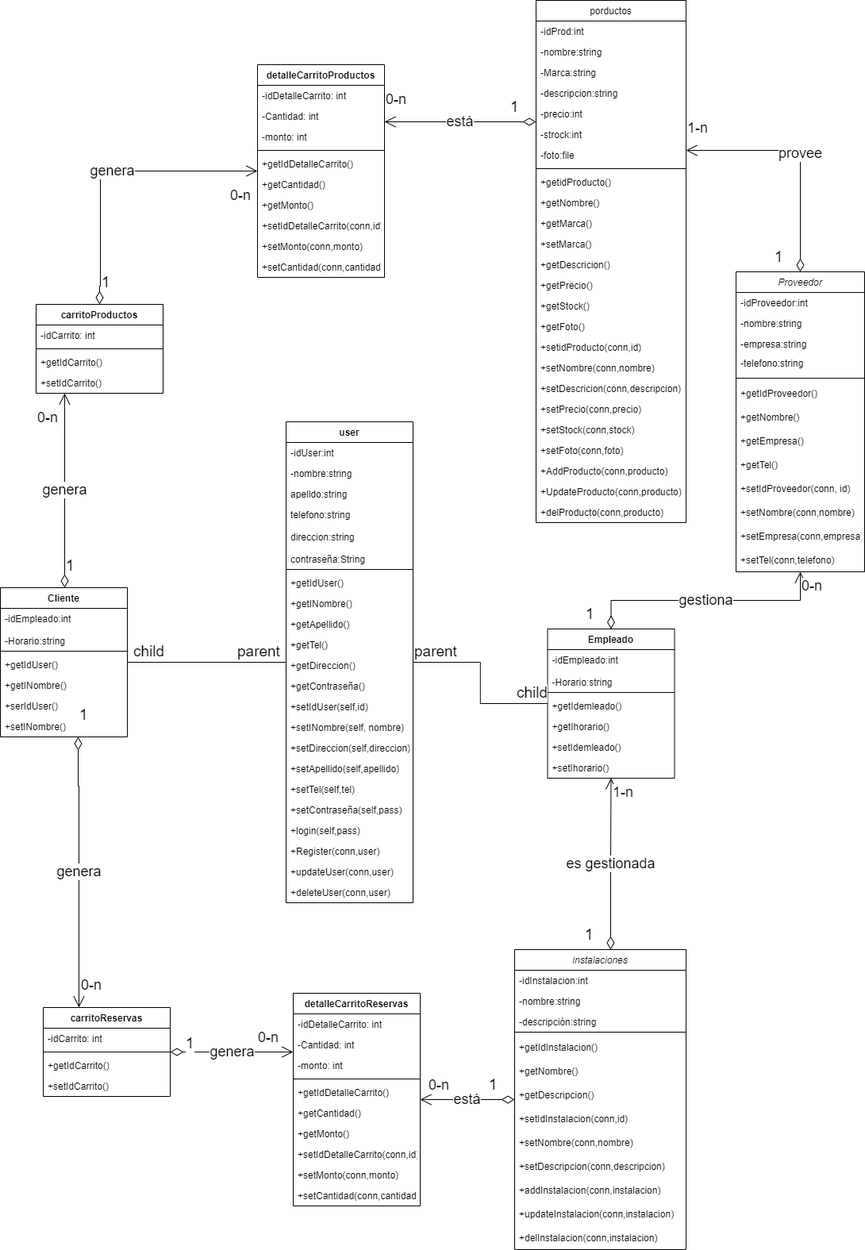
NahuelPardo89/Proyecto-FullStack keeps this draw.io diagram as Documentation/Diagrama de clases Ampa.png. Above is the earlier version. Source tidied: cells renumbered, new cells last; positions are measured from the earlier drawing's top-left corner, leaving out a move shared by most shapes.
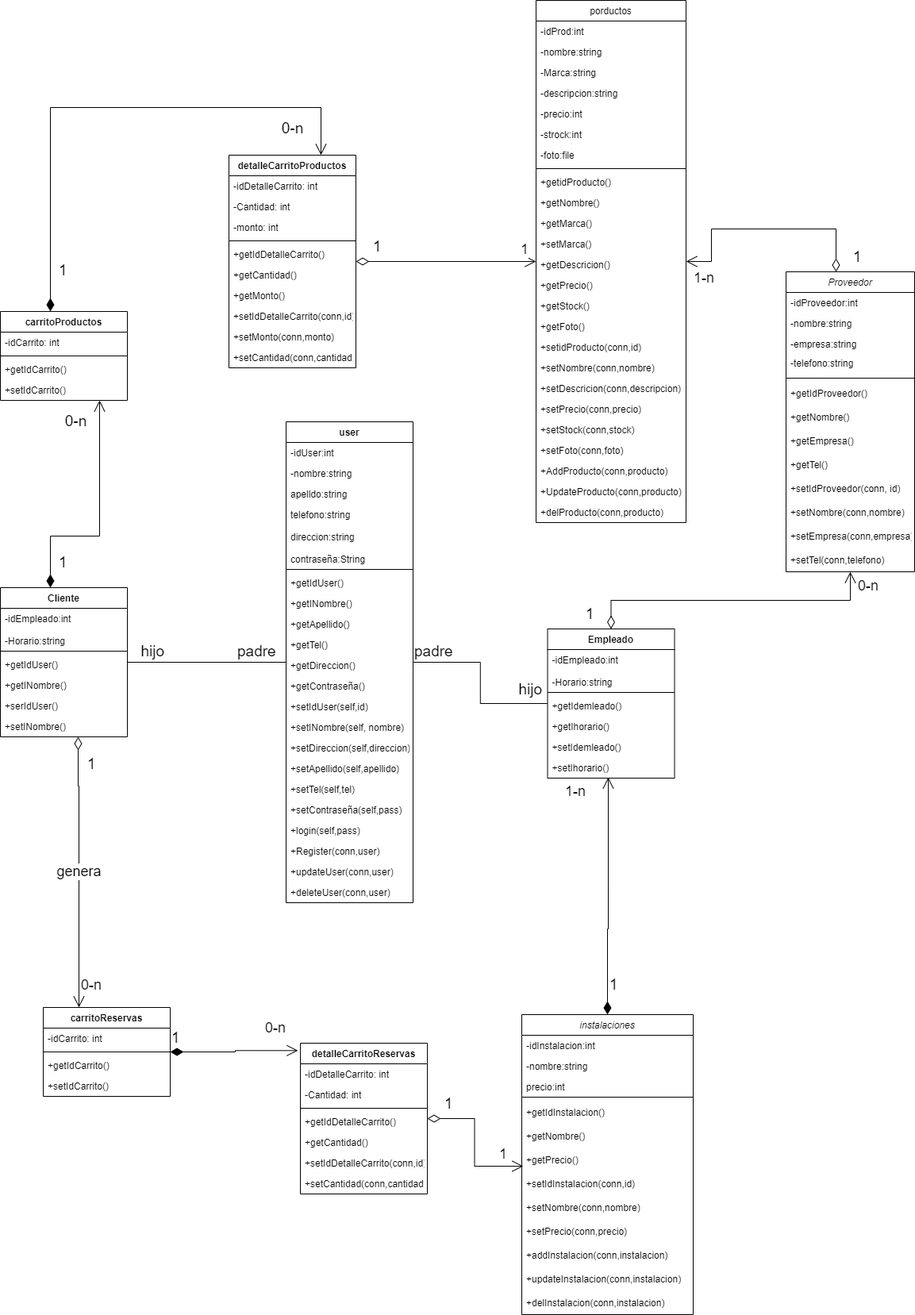
The same file after the commit.

Commit message:
actualizando esquemas

The edit, as a diff of the source:
```diff
@@ -83,3 +83,3 @@
     <mxCell id="28" value="instalaciones" style="swimlane;fontStyle=2;align=center;verticalAlign=top;horizontal=1;startSize=26;rounded=0;shadow=0;strokeWidth=1;" parent="1" vertex="1">
-      <mxGeometry x="648" y="1196" width="216" height="378" as="geometry" />
+      <mxGeometry x="657" y="1278" width="216" height="378" as="geometry" />
     </mxCell>
@@ -91,3 +91,3 @@
     </mxCell>
-    <mxCell id="31" value="-descripción:string" style="text;align=left;verticalAlign=top;spacingLeft=4;spacingRight=4;overflow=hidden;rounded=0;shadow=0;html=0;" parent="28" vertex="1">
+    <mxCell id="31" value="precio:int" style="text;align=left;verticalAlign=top;spacingLeft=4;spacingRight=4;overflow=hidden;rounded=0;shadow=0;html=0;" parent="28" vertex="1">
       <mxGeometry y="78" width="216" height="22" as="geometry" />
@@ -103,3 +103,3 @@
     </mxCell>
-    <mxCell id="35" value="+getDescripcion()" style="text;strokeColor=none;fillColor=none;align=left;verticalAlign=middle;spacingLeft=4;spacingRight=4;overflow=hidden;points=[[0,0.5],[1,0.5]];portConstraint=eastwest;" parent="28" vertex="1">
+    <mxCell id="35" value="+getPrecio()" style="text;strokeColor=none;fillColor=none;align=left;verticalAlign=middle;spacingLeft=4;spacingRight=4;overflow=hidden;points=[[0,0.5],[1,0.5]];portConstraint=eastwest;" parent="28" vertex="1">
       <mxGeometry y="168" width="216" height="30" as="geometry" />
@@ -112,3 +112,3 @@
     </mxCell>
-    <mxCell id="38" value="+setDescripcion(conn,descripcion)" style="text;strokeColor=none;fillColor=none;align=left;verticalAlign=middle;spacingLeft=4;spacingRight=4;overflow=hidden;" parent="28" vertex="1">
+    <mxCell id="38" value="+setPrecio(conn,precio)" style="text;strokeColor=none;fillColor=none;align=left;verticalAlign=middle;spacingLeft=4;spacingRight=4;overflow=hidden;" parent="28" vertex="1">
       <mxGeometry y="258" width="216" height="30" as="geometry" />
@@ -125,3 +125,3 @@
     <mxCell id="42" value="Proveedor" style="swimlane;fontStyle=2;align=center;verticalAlign=top;horizontal=1;startSize=26;rounded=0;shadow=0;strokeWidth=1;" parent="1" vertex="1">
-      <mxGeometry x="927" y="342" width="162" height="378" as="geometry" />
+      <mxGeometry x="990" y="342" width="162" height="378" as="geometry" />
     </mxCell>
@@ -265,20 +265,2 @@
     </mxCell>
-    <mxCell id="89" value="genera" style="endArrow=open;html=1;endSize=12;startArrow=diamondThin;startSize=14;startFill=0;edgeStyle=orthogonalEdgeStyle;rounded=0;exitX=0.5;exitY=0;exitDx=0;exitDy=0;fontSize=18;" parent="88" edge="1" target="99">
-      <mxGeometry relative="1" as="geometry">
-        <mxPoint x="81" as="sourcePoint" />
-        <Array as="points">
-          <mxPoint x="81" y="-288" />
-        </Array>
-      </mxGeometry>
-    </mxCell>
-    <mxCell id="90" value="1" style="edgeLabel;html=1;align=left;verticalAlign=top;fontSize=19;" parent="89" vertex="1">
-      <mxGeometry x="-1" relative="1" as="geometry">
-        <mxPoint y="-45" as="offset" />
-      </mxGeometry>
-    </mxCell>
-    <mxCell id="91" value="0-n" style="edgeLabel;html=1;align=right;verticalAlign=top;fontSize=18;" parent="89" vertex="1">
-      <mxGeometry x="1" relative="1" as="geometry">
-        <mxPoint x="-8" y="14" as="offset" />
-      </mxGeometry>
-    </mxCell>
     <mxCell id="92" value="-idEmpleado:int" style="text;align=left;verticalAlign=top;spacingLeft=4;spacingRight=4;overflow=hidden;" parent="88" vertex="1">
@@ -305,3 +287,3 @@
     <mxCell id="99" value="carritoProductos" style="swimlane;fontStyle=1;align=center;verticalAlign=top;horizontal=1;startSize=26;" parent="1" vertex="1">
-      <mxGeometry x="45" y="383" width="160" height="112" as="geometry" />
+      <mxGeometry y="392" width="160" height="112" as="geometry" />
     </mxCell>
@@ -335,3 +317,3 @@
     <mxCell id="109" value="detalleCarritoProductos" style="swimlane;fontStyle=1;align=center;verticalAlign=top;horizontal=1;startSize=26;" parent="1" vertex="1">
-      <mxGeometry x="324" y="81" width="160" height="268" as="geometry" />
+      <mxGeometry x="288" y="195" width="160" height="268" as="geometry" />
     </mxCell>
@@ -368,3 +350,3 @@
     <mxCell id="120" value="detalleCarritoReservas" style="swimlane;fontStyle=1;align=center;verticalAlign=top;horizontal=1;startSize=26;" parent="1" vertex="1">
-      <mxGeometry x="369" y="1251" width="160" height="268" as="geometry" />
+      <mxGeometry x="378" y="1314" width="160" height="190" as="geometry" />
     </mxCell>
@@ -376,25 +358,16 @@
     </mxCell>
-    <mxCell id="123" value="-monto: int" style="text;strokeColor=none;fillColor=none;align=left;verticalAlign=top;spacingLeft=4;spacingRight=4;overflow=hidden;" parent="120" vertex="1">
-      <mxGeometry y="78" width="160" height="26" as="geometry" />
-    </mxCell>
     <mxCell id="124" style="line;strokeWidth=1;fillColor=none;align=left;verticalAlign=middle;spacingTop=-1;spacingLeft=3;spacingRight=3;labelPosition=right;strokeColor=inherit;" parent="120" vertex="1">
-      <mxGeometry y="104" width="160" height="8" as="geometry" />
+      <mxGeometry y="78" width="160" height="8" as="geometry" />
     </mxCell>
     <mxCell id="125" value="+getIdDetalleCarrito()" style="text;strokeColor=none;fillColor=none;align=left;verticalAlign=top;spacingLeft=4;spacingRight=4;overflow=hidden;" parent="120" vertex="1">
-      <mxGeometry y="112" width="160" height="26" as="geometry" />
+      <mxGeometry y="86" width="160" height="26" as="geometry" />
     </mxCell>
     <mxCell id="126" value="+getCantidad()" style="text;strokeColor=none;fillColor=none;align=left;verticalAlign=top;spacingLeft=4;spacingRight=4;overflow=hidden;" parent="120" vertex="1">
-      <mxGeometry y="138" width="160" height="26" as="geometry" />
+      <mxGeometry y="112" width="160" height="26" as="geometry" />
     </mxCell>
-    <mxCell id="127" value="+getMonto()" style="text;strokeColor=none;fillColor=none;align=left;verticalAlign=top;spacingLeft=4;spacingRight=4;overflow=hidden;" parent="120" vertex="1">
-      <mxGeometry y="164" width="160" height="26" as="geometry" />
-    </mxCell>
     <mxCell id="128" value="+setIdDetalleCarrito(conn,id)" style="text;strokeColor=none;fillColor=none;align=left;verticalAlign=top;spacingLeft=4;spacingRight=4;overflow=hidden;" parent="120" vertex="1">
-      <mxGeometry y="190" width="160" height="26" as="geometry" />
+      <mxGeometry y="138" width="160" height="26" as="geometry" />
     </mxCell>
-    <mxCell id="129" value="+setMonto(conn,monto)" style="text;strokeColor=none;fillColor=none;align=left;verticalAlign=top;spacingLeft=4;spacingRight=4;overflow=hidden;" parent="120" vertex="1">
-      <mxGeometry y="216" width="160" height="26" as="geometry" />
-    </mxCell>
     <mxCell id="130" value="+setCantidad(conn,cantidad)" style="text;strokeColor=none;fillColor=none;align=left;verticalAlign=top;spacingLeft=4;spacingRight=4;overflow=hidden;" parent="120" vertex="1">
-      <mxGeometry y="242" width="160" height="26" as="geometry" />
+      <mxGeometry y="164" width="160" height="26" as="geometry" />
     </mxCell>
@@ -411,3 +384,3 @@
       <mxGeometry x="-1" relative="1" as="geometry">
-        <mxPoint y="-45" as="offset" />
+        <mxPoint x="10" y="17" as="offset" />
       </mxGeometry>
@@ -419,101 +392,3 @@
     </mxCell>
-    <mxCell id="134" value="genera" style="endArrow=open;html=1;endSize=12;startArrow=diamondThin;startSize=14;startFill=0;edgeStyle=orthogonalEdgeStyle;rounded=0;exitX=0.5;exitY=0;exitDx=0;exitDy=0;fontSize=18;" parent="1" edge="1" source="99" target="109">
-      <mxGeometry relative="1" as="geometry">
-        <Array as="points">
-          <mxPoint x="125" y="360" />
-          <mxPoint x="126" y="360" />
-          <mxPoint x="126" y="215" />
-        </Array>
-      </mxGeometry>
-    </mxCell>
-    <mxCell id="135" value="1" style="edgeLabel;html=1;align=left;verticalAlign=top;fontSize=19;" parent="134" vertex="1">
-      <mxGeometry x="-1" relative="1" as="geometry">
-        <mxPoint x="1" y="-45" as="offset" />
-      </mxGeometry>
-    </mxCell>
-    <mxCell id="136" value="0-n" style="edgeLabel;html=1;align=right;verticalAlign=top;fontSize=18;" parent="134" vertex="1">
-      <mxGeometry x="1" relative="1" as="geometry">
-        <mxPoint x="-8" y="14" as="offset" />
-      </mxGeometry>
-    </mxCell>
-    <mxCell id="137" value="genera" style="endArrow=open;html=1;endSize=12;startArrow=diamondThin;startSize=14;startFill=0;edgeStyle=orthogonalEdgeStyle;rounded=0;fontSize=18;" parent="1" edge="1" source="104" target="120">
-      <mxGeometry relative="1" as="geometry">
-        <Array as="points">
-          <mxPoint x="369" y="1332" />
-          <mxPoint x="369" y="1332" />
-        </Array>
-      </mxGeometry>
-    </mxCell>
-    <mxCell id="138" value="1" style="edgeLabel;html=1;align=left;verticalAlign=top;fontSize=19;" parent="137" vertex="1">
-      <mxGeometry x="-1" relative="1" as="geometry">
-        <mxPoint x="18" y="-28" as="offset" />
-      </mxGeometry>
-    </mxCell>
-    <mxCell id="139" value="0-n" style="edgeLabel;html=1;align=right;verticalAlign=top;fontSize=18;" parent="137" vertex="1">
-      <mxGeometry x="1" relative="1" as="geometry">
-        <mxPoint x="-18" y="-35" as="offset" />
-      </mxGeometry>
-    </mxCell>
-    <mxCell id="140" value="está" style="endArrow=open;html=1;endSize=12;startArrow=diamondThin;startSize=14;startFill=0;edgeStyle=orthogonalEdgeStyle;rounded=0;fontSize=18;" parent="1" edge="1" source="2" target="109">
-      <mxGeometry relative="1" as="geometry">
-        <Array as="points">
-          <mxPoint x="576" y="153" />
-          <mxPoint x="576" y="153" />
-        </Array>
-      </mxGeometry>
-    </mxCell>
-    <mxCell id="141" value="1" style="edgeLabel;html=1;align=left;verticalAlign=top;fontSize=19;" parent="140" vertex="1">
-      <mxGeometry x="-1" relative="1" as="geometry">
-        <mxPoint x="-34" y="-36" as="offset" />
-      </mxGeometry>
-    </mxCell>
-    <mxCell id="142" value="0-n" style="edgeLabel;html=1;align=right;verticalAlign=top;fontSize=18;" parent="140" vertex="1">
-      <mxGeometry x="1" relative="1" as="geometry">
-        <mxPoint x="28" y="-45" as="offset" />
-      </mxGeometry>
-    </mxCell>
-    <mxCell id="143" value="está" style="endArrow=open;html=1;endSize=12;startArrow=diamondThin;startSize=14;startFill=0;edgeStyle=orthogonalEdgeStyle;rounded=0;fontSize=18;" parent="1" edge="1" source="28" target="120">
-      <mxGeometry relative="1" as="geometry" />
-    </mxCell>
-    <mxCell id="144" value="1" style="edgeLabel;html=1;align=left;verticalAlign=top;fontSize=19;" parent="143" vertex="1">
-      <mxGeometry x="-1" relative="1" as="geometry">
-        <mxPoint x="-34" y="-36" as="offset" />
-      </mxGeometry>
-    </mxCell>
-    <mxCell id="145" value="0-n" style="edgeLabel;html=1;align=right;verticalAlign=top;fontSize=18;" parent="143" vertex="1">
-      <mxGeometry x="1" relative="1" as="geometry">
-        <mxPoint x="37" y="-35" as="offset" />
-      </mxGeometry>
-    </mxCell>
-    <mxCell id="146" value="provee" style="endArrow=open;html=1;endSize=12;startArrow=diamondThin;startSize=14;startFill=0;edgeStyle=orthogonalEdgeStyle;rounded=0;fontSize=18;exitX=0.5;exitY=0;exitDx=0;exitDy=0;" parent="1" edge="1" source="42" target="2">
-      <mxGeometry relative="1" as="geometry">
-        <Array as="points">
-          <mxPoint x="1008" y="189" />
-        </Array>
-      </mxGeometry>
-    </mxCell>
-    <mxCell id="147" value="1" style="edgeLabel;html=1;align=left;verticalAlign=top;fontSize=19;" parent="146" vertex="1">
-      <mxGeometry x="-1" relative="1" as="geometry">
-        <mxPoint x="-34" y="-36" as="offset" />
-      </mxGeometry>
-    </mxCell>
-    <mxCell id="148" value="1-n" style="edgeLabel;html=1;align=right;verticalAlign=top;fontSize=18;" parent="146" vertex="1">
-      <mxGeometry x="1" relative="1" as="geometry">
-        <mxPoint x="28" y="-45" as="offset" />
-      </mxGeometry>
-    </mxCell>
-    <mxCell id="149" value="es gestionada" style="endArrow=open;html=1;endSize=12;startArrow=diamondThin;startSize=14;startFill=0;edgeStyle=orthogonalEdgeStyle;rounded=0;fontSize=18;exitX=0.56;exitY=0;exitDx=0;exitDy=0;exitPerimeter=0;" parent="1" edge="1" source="28" target="56">
-      <mxGeometry relative="1" as="geometry" />
-    </mxCell>
-    <mxCell id="150" value="1" style="edgeLabel;html=1;align=left;verticalAlign=top;fontSize=19;" parent="149" vertex="1">
-      <mxGeometry x="-1" relative="1" as="geometry">
-        <mxPoint x="-34" y="-36" as="offset" />
-      </mxGeometry>
-    </mxCell>
-    <mxCell id="151" value="1-n" style="edgeLabel;html=1;align=right;verticalAlign=top;fontSize=18;" parent="149" vertex="1">
-      <mxGeometry x="1" relative="1" as="geometry">
-        <mxPoint x="28" y="1" as="offset" />
-      </mxGeometry>
-    </mxCell>
-    <mxCell id="152" value="gestiona" style="endArrow=open;html=1;endSize=12;startArrow=diamondThin;startSize=14;startFill=0;edgeStyle=orthogonalEdgeStyle;rounded=0;fontSize=18;exitX=0.5;exitY=0;exitDx=0;exitDy=0;" parent="1" edge="1" source="56" target="42">
+    <mxCell id="152" style="endArrow=open;html=1;endSize=12;startArrow=diamondThin;startSize=14;startFill=0;edgeStyle=orthogonalEdgeStyle;rounded=0;fontSize=18;exitX=0.5;exitY=0;exitDx=0;exitDy=0;" parent="1" edge="1" source="56" target="42">
       <mxGeometry relative="1" as="geometry" />
@@ -527,3 +402,3 @@
       <mxGeometry x="1" relative="1" as="geometry">
-        <mxPoint x="28" y="1" as="offset" />
+        <mxPoint x="36" y="1" as="offset" />
       </mxGeometry>
@@ -533,7 +408,9 @@
     </mxCell>
-    <mxCell id="156" value="parent" style="edgeLabel;html=1;align=left;verticalAlign=bottom;fontSize=19;" parent="155" vertex="1">
+    <mxCell id="156" value="padre" style="edgeLabel;html=1;align=left;verticalAlign=bottom;fontSize=19;" parent="155" vertex="1">
       <mxGeometry x="-1" relative="1" as="geometry" />
     </mxCell>
-    <mxCell id="157" value="child" style="edgeLabel;html=1;align=right;verticalAlign=bottom;fontSize=19;" parent="155" vertex="1">
-      <mxGeometry x="1" relative="1" as="geometry" />
+    <mxCell id="157" value="hijo" style="edgeLabel;html=1;align=right;verticalAlign=bottom;fontSize=19;" parent="155" vertex="1">
+      <mxGeometry x="1" relative="1" as="geometry">
+        <mxPoint x="-7" y="-4" as="offset" />
+      </mxGeometry>
     </mxCell>
@@ -542,3 +419,3 @@
     </mxCell>
-    <mxCell id="159" value="parent" style="edgeLabel;html=1;align=left;verticalAlign=bottom;fontSize=19;" parent="158" vertex="1">
+    <mxCell id="159" value="padre" style="edgeLabel;html=1;align=left;verticalAlign=bottom;fontSize=19;" parent="158" vertex="1">
       <mxGeometry x="-1" relative="1" as="geometry">
@@ -547,3 +424,3 @@
     </mxCell>
-    <mxCell id="160" value="child" style="edgeLabel;html=1;align=right;verticalAlign=bottom;fontSize=19;" parent="158" vertex="1">
+    <mxCell id="160" value="hijo" style="edgeLabel;html=1;align=right;verticalAlign=bottom;fontSize=19;" parent="158" vertex="1">
       <mxGeometry x="1" relative="1" as="geometry">
@@ -552,2 +429,86 @@
     </mxCell>
+    <mxCell id="140" style="endArrow=open;html=1;endSize=12;startArrow=diamondThin;startSize=14;startFill=0;edgeStyle=orthogonalEdgeStyle;rounded=0;fontSize=18;" parent="1" edge="1" source="109" target="2">
+      <mxGeometry relative="1" as="geometry" />
+    </mxCell>
+    <mxCell id="141" value="1" style="edgeLabel;html=1;align=left;verticalAlign=top;fontSize=19;" parent="140" vertex="1">
+      <mxGeometry x="-1" relative="1" as="geometry">
+        <mxPoint x="20" y="-36" as="offset" />
+      </mxGeometry>
+    </mxCell>
+    <mxCell id="142" value="1" style="edgeLabel;html=1;align=right;verticalAlign=top;fontSize=18;" parent="140" vertex="1">
+      <mxGeometry x="1" relative="1" as="geometry">
+        <mxPoint x="-9" y="-32" as="offset" />
+      </mxGeometry>
+    </mxCell>
+    <mxCell id="134" value="1" style="endArrow=open;html=1;endSize=12;startArrow=diamondThin;startSize=14;startFill=1;edgeStyle=orthogonalEdgeStyle;align=left;verticalAlign=bottom;rounded=0;fontSize=19;" parent="1" edge="1" source="99" target="109">
+      <mxGeometry x="-0.89" y="-9" relative="1" as="geometry">
+        <Array as="points">
+          <mxPoint x="63" y="135" />
+          <mxPoint x="404" y="135" />
+        </Array>
+      </mxGeometry>
+    </mxCell>
+    <mxCell id="161" value="0-n" style="text;html=1;align=center;verticalAlign=middle;strokeColor=none;fillColor=none;fontSize=19;" parent="1" vertex="1">
+      <mxGeometry x="345.5" y="144" width="45" height="36" as="geometry" />
+    </mxCell>
+    <mxCell id="162" value="0-n" style="text;html=1;align=center;verticalAlign=middle;strokeColor=none;fillColor=none;fontSize=19;" parent="1" vertex="1">
+      <mxGeometry x="72" y="513" width="45" height="36" as="geometry" />
+    </mxCell>
+    <mxCell id="163" value="1" style="endArrow=open;html=1;endSize=12;startArrow=diamondThin;startSize=14;startFill=1;edgeStyle=orthogonalEdgeStyle;align=left;verticalAlign=bottom;rounded=0;fontSize=19;" parent="1" edge="1" source="88" target="99">
+      <mxGeometry x="-0.89" y="-9" relative="1" as="geometry">
+        <Array as="points">
+          <mxPoint x="63" y="675" />
+          <mxPoint x="125" y="675" />
+        </Array>
+      </mxGeometry>
+    </mxCell>
+    <mxCell id="164" value="1" style="endArrow=open;html=1;endSize=12;startArrow=diamondThin;startSize=14;startFill=1;edgeStyle=orthogonalEdgeStyle;align=left;verticalAlign=bottom;rounded=0;fontSize=19;exitX=0.5;exitY=0;exitDx=0;exitDy=0;entryX=0.478;entryY=0.962;entryDx=0;entryDy=0;entryPerimeter=0;" parent="1" edge="1" source="28" target="63">
+      <mxGeometry x="-0.84" y="-1" relative="1" as="geometry">
+        <Array as="points">
+          <mxPoint x="765" y="1170" />
+          <mxPoint x="766" y="1170" />
+        </Array>
+      </mxGeometry>
+    </mxCell>
+    <mxCell id="165" value="1-n" style="edgeLabel;html=1;align=right;verticalAlign=top;fontSize=18;" parent="1" vertex="1">
+      <mxGeometry x="738" y="980" as="geometry" />
+    </mxCell>
+    <mxCell id="137" value="1" style="endArrow=open;html=1;endSize=12;startArrow=diamondThin;startSize=14;startFill=1;edgeStyle=orthogonalEdgeStyle;align=left;verticalAlign=bottom;rounded=0;fontSize=19;entryX=-0.019;entryY=0.049;entryDx=0;entryDy=0;entryPerimeter=0;" parent="1" edge="1" source="104" target="120">
+      <mxGeometry x="-1" y="3" relative="1" as="geometry" />
+    </mxCell>
+    <mxCell id="166" value="0-n" style="edgeLabel;html=1;align=right;verticalAlign=top;fontSize=18;" parent="1" vertex="1">
+      <mxGeometry x="360" y="1278" as="geometry" />
+    </mxCell>
+    <mxCell id="167" style="endArrow=open;html=1;endSize=12;startArrow=diamondThin;startSize=14;startFill=0;edgeStyle=orthogonalEdgeStyle;rounded=0;fontSize=18;entryX=0.009;entryY=0.767;entryDx=0;entryDy=0;entryPerimeter=0;" parent="1" edge="1" source="120" target="35">
+      <mxGeometry relative="1" as="geometry" />
+    </mxCell>
+    <mxCell id="168" value="1" style="edgeLabel;html=1;align=left;verticalAlign=top;fontSize=19;" parent="167" vertex="1">
+      <mxGeometry x="-1" relative="1" as="geometry">
+        <mxPoint x="20" y="-36" as="offset" />
+      </mxGeometry>
+    </mxCell>
+    <mxCell id="169" value="1" style="edgeLabel;html=1;align=right;verticalAlign=top;fontSize=18;" parent="167" vertex="1">
+      <mxGeometry x="1" relative="1" as="geometry">
+        <mxPoint x="-20" y="-32" as="offset" />
+      </mxGeometry>
+    </mxCell>
+    <mxCell id="146" style="endArrow=open;html=1;endSize=12;startArrow=diamondThin;startSize=14;startFill=0;edgeStyle=orthogonalEdgeStyle;rounded=0;fontSize=18;" parent="1" edge="1" source="42" target="2">
+      <mxGeometry relative="1" as="geometry">
+        <Array as="points">
+          <mxPoint x="1053" y="288" />
+          <mxPoint x="896" y="288" />
+          <mxPoint x="896" y="329" />
+        </Array>
+      </mxGeometry>
+    </mxCell>
+    <mxCell id="170" value="1" style="edgeLabel;html=1;align=left;verticalAlign=top;fontSize=19;" parent="146" vertex="1">
+      <mxGeometry x="-1" relative="1" as="geometry">
+        <mxPoint x="20" y="-36" as="offset" />
+      </mxGeometry>
+    </mxCell>
+    <mxCell id="171" value="1-n" style="edgeLabel;html=1;align=right;verticalAlign=top;fontSize=18;" parent="146" vertex="1">
+      <mxGeometry x="1" relative="1" as="geometry">
+        <mxPoint x="36" y="4" as="offset" />
+      </mxGeometry>
+    </mxCell>
   </root>
```
